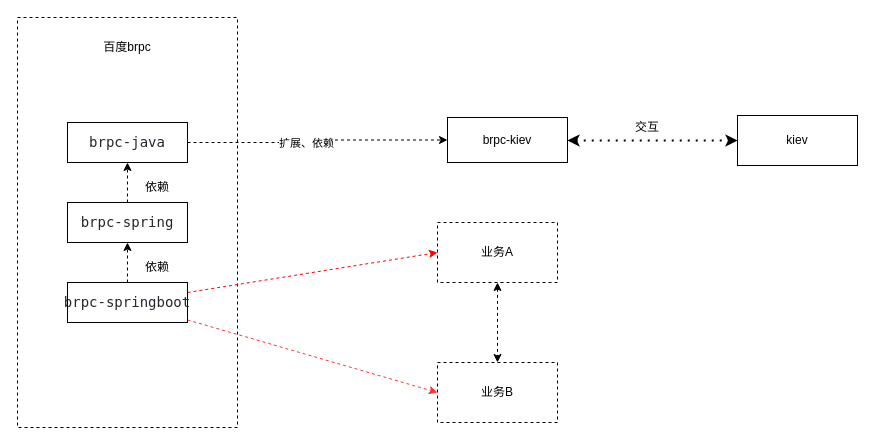
Above: diagram/未命名绘图.drawio in DogerRain/image (draw.io), before the change. Source tidied: cells renumbered, new cells numbered last; positions are measured from the earlier drawing's top-left corner, leaving out a move shared by most shapes. Both pictures are drawn from the tidied source at 100%, with x=0, y=0 at pixel (17, 17).
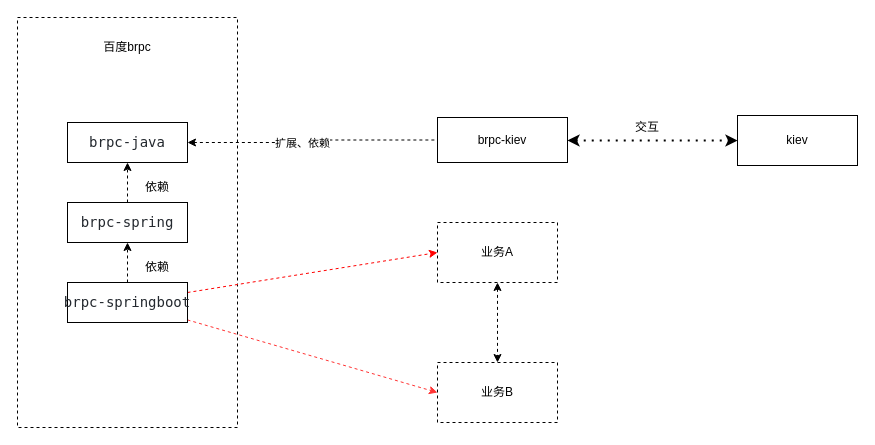
After the change.

Commit message (it also covers changes not shown here):
更新未命名绘图.drawio

Unchanged cells that the change refers to:
```xml
<mxCell id="5" value="&lt;pre style=&quot;box-sizing: border-box; font-family: ui-monospace, SFMono-Regular, &amp;quot;SF Mono&amp;quot;, Menlo, Consolas, &amp;quot;Liberation Mono&amp;quot;, monospace; font-size: 14px; margin-top: 0px; margin-bottom: 0px; overflow-wrap: normal; padding: 16px; overflow: auto; line-height: 1.45; background-color: var(--color-canvas-subtle); border-radius: 6px; word-break: normal; color: rgb(36, 41, 47); text-align: start;&quot;&gt;brpc-java&lt;/pre&gt;" style="rounded=0;whiteSpace=wrap;html=1;" parent="1" vertex="1">
  <mxGeometry x="50" y="105" width="120" height="40" as="geometry" />
</mxCell>
```

Change to the diagram source:
```diff
@@
-    <mxCell id="3" style="edgeStyle=orthogonalEdgeStyle;rounded=0;jettySize=auto;html=1;exitX=1;exitY=0.5;exitDx=0;exitDy=0;entryX=0;entryY=0.5;entryDx=0;entryDy=0;dashed=1;" parent="1" edge="1" source="5" target="12">
+    <mxCell id="3" style="edgeStyle=orthogonalEdgeStyle;rounded=0;jettySize=auto;html=1;exitX=1;exitY=0.5;exitDx=0;exitDy=0;entryX=0;entryY=0.5;entryDx=0;entryDy=0;dashed=1;startArrow=classic;startFill=1;endArrow=none;endFill=0;" parent="1" edge="1" source="5" target="12">
       <mxGeometry relative="1" as="geometry" />
     </mxCell>
@@
     <mxCell id="12" value="brpc-kiev" style="rounded=0;whiteSpace=wrap;html=1;" parent="1" vertex="1">
-      <mxGeometry x="430" y="100" width="120" height="45" as="geometry" />
+      <mxGeometry x="420" y="100" width="130" height="45" as="geometry" />
     </mxCell>
```
